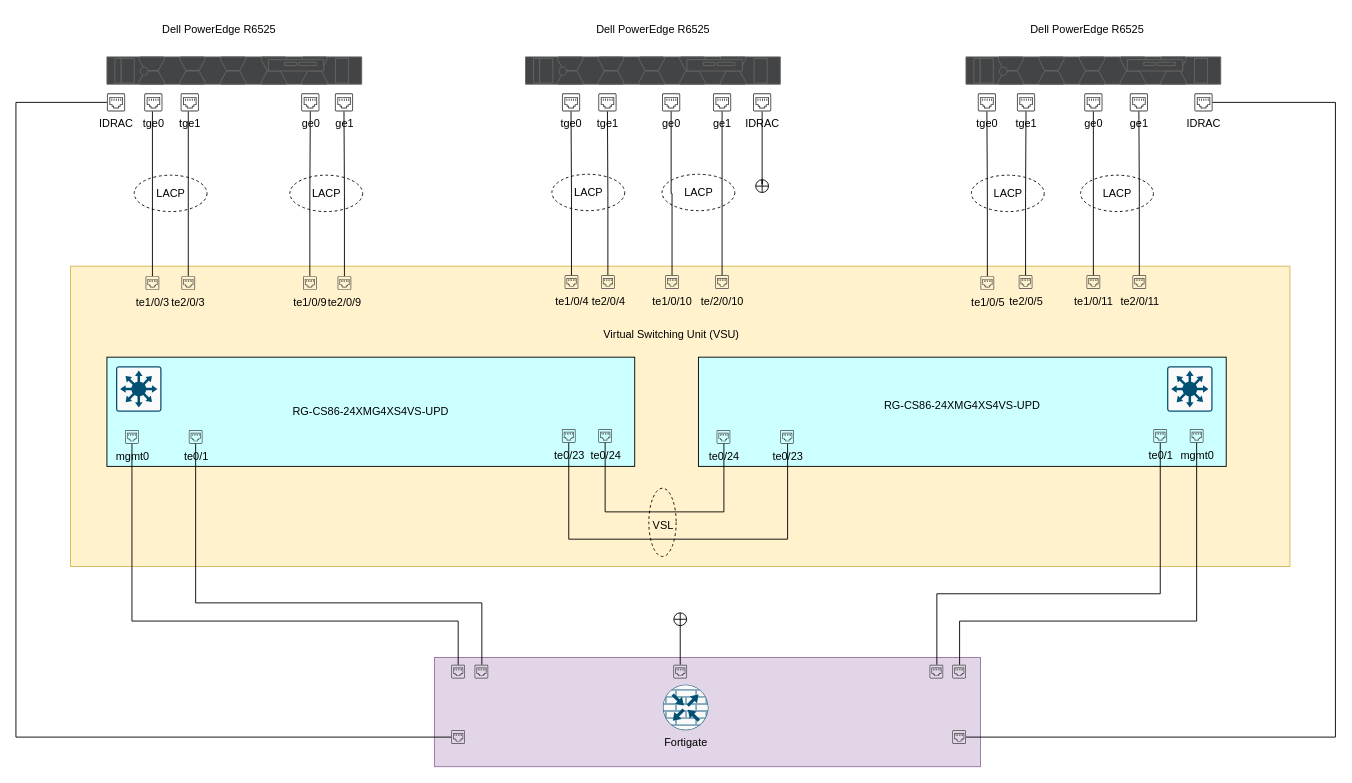
The draw.io diagram NetworkDiagram.drawio in aadarshadhakalg/aadarshadhakalg, before the edit. Source tidied: cells renumbered, new cells numbered last; positions are measured from the earlier drawing's top-left corner, leaving out a move shared by most shapes. Both pictures are drawn from the tidied source at 91%, with x=0, y=0 at pixel (15, 15).
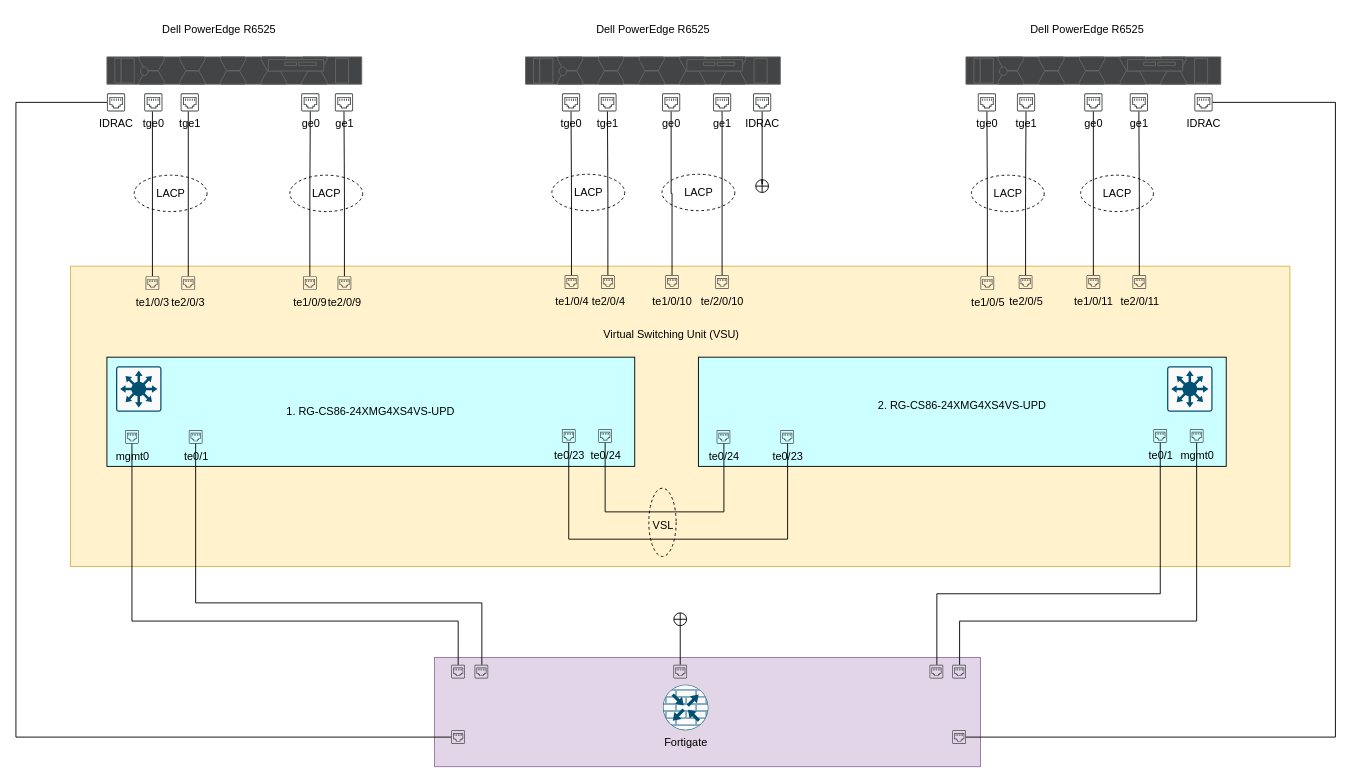
The same page after the edit.

Change to the diagram source:
```diff
@@
-    <mxCell id="4" value="RG-CS86-24XMG4XS4VS-UPD" style="rounded=0;whiteSpace=wrap;html=1;fillColor=#CCFFFF;" parent="1" vertex="1">
+    <mxCell id="4" value="1. RG-CS86-24XMG4XS4VS-UPD" style="rounded=0;whiteSpace=wrap;html=1;fillColor=#CCFFFF;" parent="1" vertex="1">
       <mxGeometry x="100" y="375" width="580" height="120" as="geometry" />
     </mxCell>
@@
-    <mxCell id="17" value="RG-CS86-24XMG4XS4VS-UPD&lt;div&gt;&lt;br&gt;&lt;/div&gt;" style="rounded=0;whiteSpace=wrap;html=1;fillColor=#CCFFFF;" parent="1" vertex="1">
+    <mxCell id="17" value="2. RG-CS86-24XMG4XS4VS-UPD&lt;div&gt;&lt;br&gt;&lt;/div&gt;" style="rounded=0;whiteSpace=wrap;html=1;fillColor=#CCFFFF;" parent="1" vertex="1">
       <mxGeometry x="750" y="375" width="580" height="120" as="geometry" />
     </mxCell>
```
